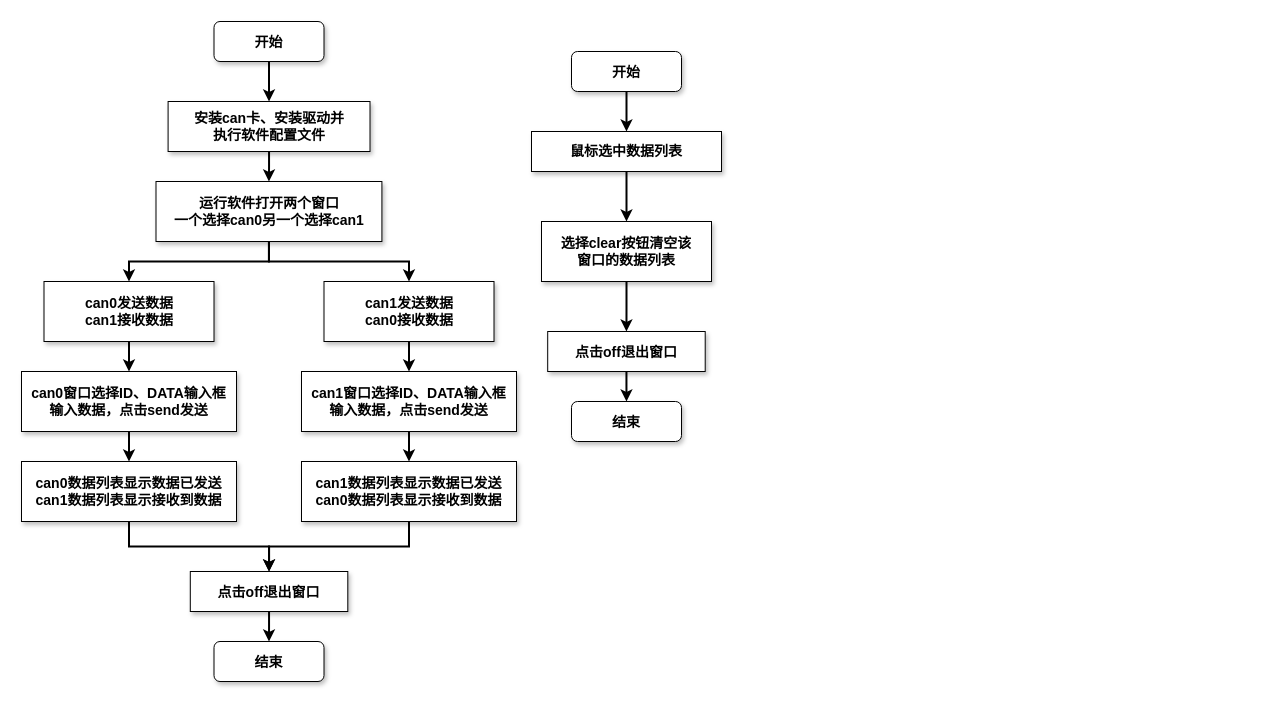
This is Basic/未命名绘图.drawio from Rocky7777/draw_files, a draw.io file, before an edit. Source tidied: cells renumbered, new cells numbered last; positions are measured from the earlier drawing's top-left corner, leaving out a move shared by most shapes. Both pictures are drawn from the tidied source at 100%, with x=0, y=0 at pixel (21, 21).
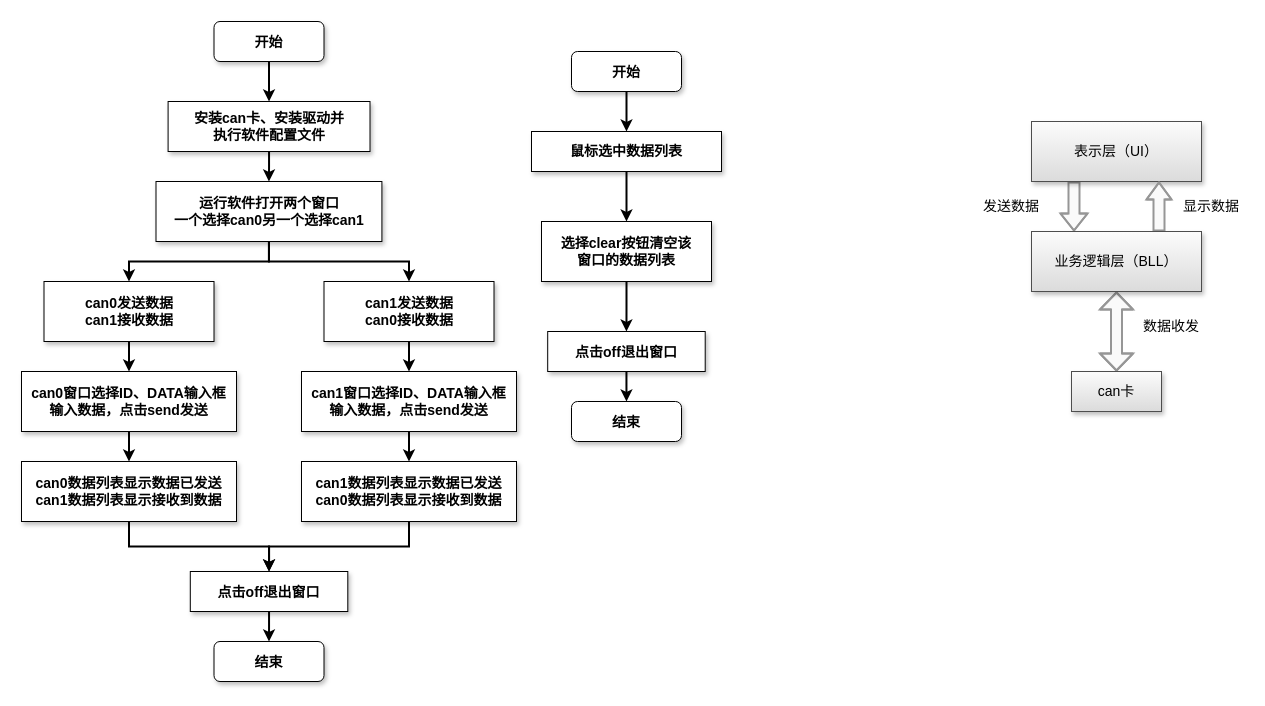
Above is the later version.

Commit message:
Update 未命名绘图.drawio

Change to the diagram source:
```diff
@@
+    <mxCell id="33" style="edgeStyle=elbowEdgeStyle;rounded=0;jettySize=auto;elbow=vertical;html=1;exitX=0.25;exitY=1;exitDx=0;exitDy=0;entryX=0.25;entryY=0;entryDx=0;entryDy=0;fontSize=14;strokeWidth=2;shape=flexArrow;strokeColor=#969696;fillColor=#FAFAFA;endWidth=14;endSize=5;startSize=5;" parent="1" edge="1" source="34" target="37">
+      <mxGeometry relative="1" as="geometry">
+        <Array as="points">
+          <mxPoint x="1053" y="180" />
+        </Array>
+      </mxGeometry>
+    </mxCell>
+    <mxCell id="34" value="表示层（UI）" style="rounded=0;whiteSpace=wrap;html=1;shadow=1;fontSize=14;fillColor=#FCFCFC;strokeColor=#4D4D4D;gradientColor=#DBDBDB;" parent="1" vertex="1">
+      <mxGeometry x="1010" y="100" width="170" height="60" as="geometry" />
+    </mxCell>
+    <mxCell id="35" style="edgeStyle=elbowEdgeStyle;rounded=0;jettySize=auto;elbow=vertical;html=1;exitX=0.75;exitY=0;exitDx=0;exitDy=0;fontSize=14;strokeWidth=2;entryX=0.75;entryY=1;entryDx=0;entryDy=0;shape=flexArrow;fillColor=#FAFAFA;strokeColor=#969696;endWidth=12;endSize=5;" parent="1" edge="1" source="37" target="34">
+      <mxGeometry relative="1" as="geometry" />
+    </mxCell>
+    <mxCell id="36" style="edgeStyle=elbowEdgeStyle;shape=flexArrow;rounded=0;jettySize=auto;elbow=vertical;html=1;fontSize=14;strokeColor=#969696;strokeWidth=2;fillColor=#FAFAFA;startArrow=block;endSize=5;startSize=5;" parent="1" edge="1" source="37" target="38">
+      <mxGeometry relative="1" as="geometry" />
+    </mxCell>
+    <mxCell id="37" value="业务逻辑层（BLL）" style="rounded=0;whiteSpace=wrap;html=1;shadow=1;fontSize=14;fillColor=#FCFCFC;strokeColor=#4D4D4D;gradientColor=#DBDBDB;" parent="1" vertex="1">
+      <mxGeometry x="1010" y="210" width="170" height="60" as="geometry" />
+    </mxCell>
+    <mxCell id="38" value="can卡" style="rounded=0;whiteSpace=wrap;html=1;shadow=1;fontSize=14;fillColor=#FCFCFC;strokeColor=#4D4D4D;gradientColor=#DBDBDB;" parent="1" vertex="1">
+      <mxGeometry x="1050" y="350" width="90" height="40" as="geometry" />
+    </mxCell>
+    <mxCell id="39" value="发送数据" style="text;html=1;strokeColor=none;fillColor=none;align=center;verticalAlign=middle;whiteSpace=wrap;rounded=0;shadow=1;fontSize=14;" parent="1" vertex="1">
+      <mxGeometry x="960" y="170" width="60" height="30" as="geometry" />
+    </mxCell>
+    <mxCell id="40" value="数据收发" style="text;html=1;strokeColor=none;fillColor=none;align=center;verticalAlign=middle;whiteSpace=wrap;rounded=0;shadow=1;fontSize=14;" parent="1" vertex="1">
+      <mxGeometry x="1120" y="290" width="60" height="30" as="geometry" />
+    </mxCell>
+    <mxCell id="41" value="显示数据" style="text;html=1;strokeColor=none;fillColor=none;align=center;verticalAlign=middle;whiteSpace=wrap;rounded=0;shadow=1;fontSize=14;" parent="1" vertex="1">
+      <mxGeometry x="1160" y="170" width="60" height="30" as="geometry" />
+    </mxCell>
```
